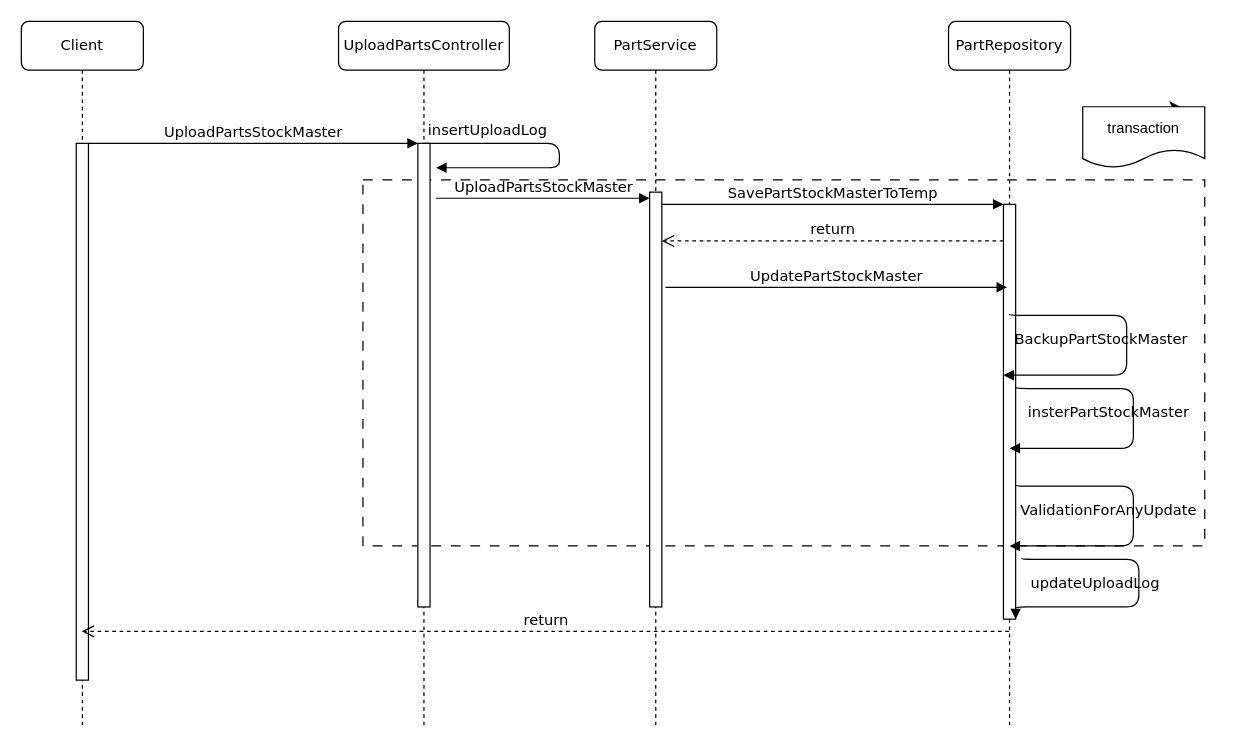
zpjune/Diagrams keeps this draw.io diagram as UDVision.drawio. Above is the earlier version. Source tidied: cells renumbered, new cells numbered last; positions are measured from the earlier drawing's top-left corner, leaving out a move shared by most shapes. Both pictures are drawn from the tidied source at 122%, with x=0, y=0 at pixel (21, 21).
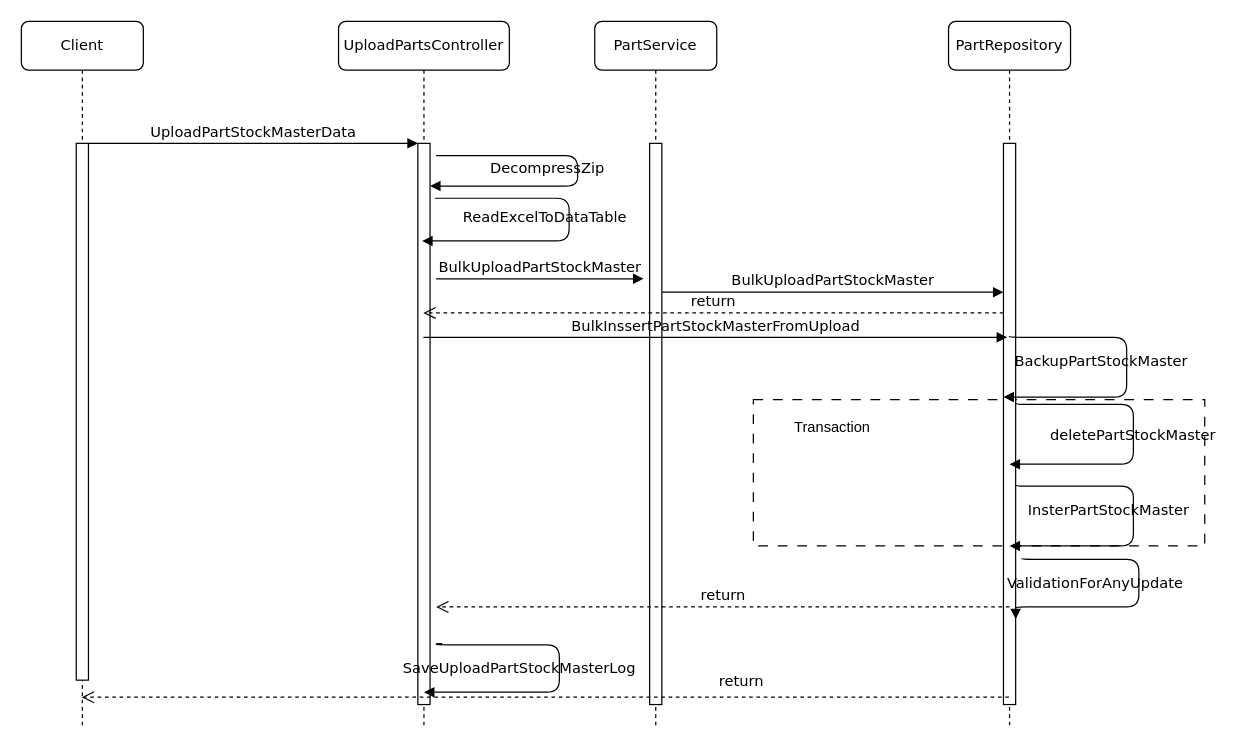
The same page after the edit.

The change refers to these unchanged cells:
```xml
<mxCell id="3" value="UploadPartsController" style="shape=umlLifeline;perimeter=lifelinePerimeter;whiteSpace=wrap;html=1;outlineConnect=0;rounded=1;shadow=0;comic=0;labelBackgroundColor=none;strokeWidth=1;fontFamily=Verdana;fontSize=12;align=center;" parent="1" vertex="1">
  <mxGeometry x="260" width="140" height="580" as="geometry" />
</mxCell>
<mxCell id="6" value="PartService" style="shape=umlLifeline;perimeter=lifelinePerimeter;whiteSpace=wrap;html=1;rounded=1;shadow=0;comic=0;labelBackgroundColor=none;strokeWidth=1;fontFamily=Verdana;fontSize=12;align=center;" parent="1" vertex="1">
  <mxGeometry x="470" width="100" height="580" as="geometry" />
</mxCell>
<mxCell id="8" value="PartRepository" style="shape=umlLifeline;perimeter=lifelinePerimeter;whiteSpace=wrap;html=1;outlineConnect=0;rounded=1;shadow=0;comic=0;labelBackgroundColor=none;strokeWidth=1;fontFamily=Verdana;fontSize=12;align=center;" parent="1" vertex="1">
  <mxGeometry x="760" width="100" height="580" as="geometry" />
</mxCell>
<mxCell id="11" value="Client" style="shape=umlLifeline;perimeter=lifelinePerimeter;whiteSpace=wrap;html=1;outlineConnect=0;rounded=1;shadow=0;comic=0;labelBackgroundColor=none;strokeWidth=1;fontFamily=Verdana;fontSize=12;align=center;" parent="1" vertex="1">
  <mxGeometry width="100" height="580" as="geometry" />
</mxCell>
<mxCell id="12" style="html=1;points=[];perimeter=orthogonalPerimeter;rounded=0;shadow=0;comic=0;labelBackgroundColor=none;strokeWidth=1;fontFamily=Verdana;fontSize=12;align=center;" parent="11" vertex="1">
  <mxGeometry x="45" y="100" width="10" height="440" as="geometry" />
</mxCell>
```

Diff of the diagram source:
```diff
@@
     <mxCell id="2" style="rounded=0;whiteSpace=wrap;html=1;fillColor=none;dashed=1;dashPattern=8 8;" parent="1" vertex="1">
-      <mxGeometry x="280" y="130" width="690" height="300" as="geometry" />
+      <mxGeometry x="600" y="310" width="370" height="120" as="geometry" />
     </mxCell>
@@
     <mxCell id="4" style="html=1;points=[];perimeter=orthogonalPerimeter;rounded=0;shadow=0;comic=0;labelBackgroundColor=none;strokeWidth=1;fontFamily=Verdana;fontSize=12;align=center;" parent="3" vertex="1">
-      <mxGeometry x="65" y="100" width="10" height="380" as="geometry" />
+      <mxGeometry x="65" y="100" width="10" height="460" as="geometry" />
     </mxCell>
-    <mxCell id="5" value="insertUploadLog" style="html=1;verticalAlign=bottom;endArrow=block;labelBackgroundColor=none;fontFamily=Verdana;fontSize=12;edgeStyle=orthogonalEdgeStyle;elbow=vertical;" parent="3" edge="1" source="3">
-      <mxGeometry x="-0.55" y="1" relative="1" as="geometry">
-        <mxPoint x="80" y="120" as="targetPoint" />
-        <Array as="points">
-          <mxPoint x="181" y="100" />
-          <mxPoint x="181" y="120" />
-          <mxPoint x="80" y="120" />
-        </Array>
-      </mxGeometry>
-    </mxCell>
+    <mxCell id="24" value="DecompressZip" style="html=1;verticalAlign=bottom;endArrow=block;labelBackgroundColor=none;fontFamily=Verdana;fontSize=12;edgeStyle=orthogonalEdgeStyle;elbow=vertical;" parent="3" edge="1">
+      <mxGeometry x="0.27" y="-5" relative="1" as="geometry">
+        <mxPoint x="80" y="110" as="sourcePoint" />
+        <mxPoint x="75" y="135" as="targetPoint" />
+        <Array as="points">
+          <mxPoint x="86" y="110" />
+          <mxPoint x="196" y="110" />
+          <mxPoint x="196" y="135" />
+        </Array>
+      </mxGeometry>
+    </mxCell>
@@
     <mxCell id="7" style="html=1;points=[];perimeter=orthogonalPerimeter;rounded=0;shadow=0;comic=0;labelBackgroundColor=none;strokeWidth=1;fontFamily=Verdana;fontSize=12;align=center;" parent="6" vertex="1">
-      <mxGeometry x="45" y="140" width="10" height="340" as="geometry" />
+      <mxGeometry x="45" y="100" width="10" height="460" as="geometry" />
     </mxCell>
@@
     <mxCell id="9" style="html=1;points=[];perimeter=orthogonalPerimeter;rounded=0;shadow=0;comic=0;labelBackgroundColor=none;strokeWidth=1;fontFamily=Verdana;fontSize=12;align=center;" parent="8" vertex="1">
-      <mxGeometry x="45" y="150" width="10" height="340" as="geometry" />
+      <mxGeometry x="45" y="100" width="10" height="460" as="geometry" />
     </mxCell>
     <mxCell id="10" value="BackupPartStockMaster&lt;br&gt;" style="html=1;verticalAlign=bottom;endArrow=block;labelBackgroundColor=none;fontFamily=Verdana;fontSize=12;edgeStyle=orthogonalEdgeStyle;elbow=vertical;" parent="8" edge="1">
       <mxGeometry x="0.35" y="-20" relative="1" as="geometry">
-        <mxPoint x="50" y="240" as="sourcePoint" />
-        <mxPoint x="45" y="290" as="targetPoint" />
+        <mxPoint x="50" y="258" as="sourcePoint" />
+        <mxPoint x="45" y="308" as="targetPoint" />
         <Array as="points">
-          <mxPoint x="50" y="241" />
-          <mxPoint x="146" y="241" />
-          <mxPoint x="146" y="290" />
+          <mxPoint x="50" y="259" />
+          <mxPoint x="146" y="259" />
+          <mxPoint x="146" y="308" />
         </Array>
       </mxGeometry>
     </mxCell>
@@
-    <mxCell id="13" value="UploadPartsStockMaster" style="html=1;verticalAlign=bottom;endArrow=block;labelBackgroundColor=none;fontFamily=Verdana;fontSize=12;edgeStyle=elbowEdgeStyle;elbow=vertical;" parent="1" edge="1">
-      <mxGeometry relative="1" as="geometry">
-        <mxPoint x="340" y="145" as="sourcePoint" />
-        <mxPoint x="515" y="145" as="targetPoint" />
+    <mxCell id="13" value="ReadExcelToDataTable" style="html=1;verticalAlign=bottom;endArrow=block;labelBackgroundColor=none;fontFamily=Verdana;fontSize=12;edgeStyle=orthogonalEdgeStyle;elbow=vertical;" parent="1" edge="1">
+      <mxGeometry x="0.24" y="-10" relative="1" as="geometry">
+        <mxPoint x="339" y="145" as="sourcePoint" />
+        <mxPoint x="328.5" y="180" as="targetPoint" />
         <Array as="points">
-          <mxPoint x="340" y="145" />
+          <mxPoint x="449" y="145" />
+          <mxPoint x="449" y="180" />
         </Array>
       </mxGeometry>
     </mxCell>
-    <mxCell id="14" value="SavePartStockMasterToTemp" style="html=1;verticalAlign=bottom;endArrow=block;entryX=0;entryY=0;labelBackgroundColor=none;fontFamily=Verdana;fontSize=12;edgeStyle=elbowEdgeStyle;elbow=vertical;" parent="1" edge="1" source="7" target="9">
-      <mxGeometry relative="1" as="geometry" />
+    <mxCell id="14" value="BulkUploadPartStockMaster" style="html=1;verticalAlign=bottom;endArrow=block;entryX=0;entryY=0;labelBackgroundColor=none;fontFamily=Verdana;fontSize=12;edgeStyle=elbowEdgeStyle;elbow=vertical;" parent="1" edge="1">
+      <mxGeometry relative="1" as="geometry">
+        <mxPoint x="525" y="222" as="sourcePoint" />
+        <mxPoint x="805" y="222" as="targetPoint" />
+      </mxGeometry>
     </mxCell>
-    <mxCell id="15" value="return" style="html=1;verticalAlign=bottom;endArrow=open;dashed=1;endSize=8;labelBackgroundColor=none;fontFamily=Verdana;fontSize=12;edgeStyle=elbowEdgeStyle;elbow=vertical;" parent="1" edge="1" source="9" target="7">
+    <mxCell id="15" value="return" style="html=1;verticalAlign=bottom;endArrow=open;dashed=1;endSize=8;labelBackgroundColor=none;fontFamily=Verdana;fontSize=12;edgeStyle=elbowEdgeStyle;elbow=vertical;" parent="1" edge="1" target="3">
       <mxGeometry relative="1" as="geometry">
+        <mxPoint x="805" y="239" as="sourcePoint" />
         <Array as="points">
-          <mxPoint x="570" y="180" />
-          <mxPoint x="600" y="180" />
+          <mxPoint x="570" y="239" />
+          <mxPoint x="600" y="239" />
         </Array>
       </mxGeometry>
     </mxCell>
-    <mxCell id="16" value="UploadPartsStockMaster" style="html=1;verticalAlign=bottom;endArrow=block;entryX=0;entryY=0;labelBackgroundColor=none;fontFamily=Verdana;fontSize=12;edgeStyle=elbowEdgeStyle;elbow=vertical;" parent="1" edge="1" source="12" target="4">
+    <mxCell id="16" value="UploadPartStockMasterData" style="html=1;verticalAlign=bottom;endArrow=block;entryX=0;entryY=0;labelBackgroundColor=none;fontFamily=Verdana;fontSize=12;edgeStyle=elbowEdgeStyle;elbow=vertical;" parent="1" edge="1" source="12" target="4">
       <mxGeometry relative="1" as="geometry" />
     </mxCell>
-    <mxCell id="17" value="UpdatePartStockMaster" style="html=1;verticalAlign=bottom;endArrow=block;entryX=0;entryY=0;labelBackgroundColor=none;fontFamily=Verdana;fontSize=12;edgeStyle=elbowEdgeStyle;elbow=vertical;" parent="1" edge="1">
+    <mxCell id="17" value="BulkInssertPartStockMasterFromUpload" style="html=1;verticalAlign=bottom;endArrow=block;entryX=0;entryY=0;labelBackgroundColor=none;fontFamily=Verdana;fontSize=12;edgeStyle=elbowEdgeStyle;elbow=vertical;" parent="1" edge="1" source="3">
       <mxGeometry relative="1" as="geometry">
-        <mxPoint x="528" y="218" as="sourcePoint" />
-        <mxPoint x="808" y="218" as="targetPoint" />
+        <mxPoint x="808" y="259" as="targetPoint" />
       </mxGeometry>
     </mxCell>
-    <mxCell id="18" value="insterPartStockMaster" style="html=1;verticalAlign=bottom;endArrow=block;labelBackgroundColor=none;fontFamily=Verdana;fontSize=12;edgeStyle=orthogonalEdgeStyle;elbow=vertical;" parent="1" edge="1">
-      <mxGeometry x="0.35" y="-20" relative="1" as="geometry">
-        <mxPoint x="815.5" y="300" as="sourcePoint" />
-        <mxPoint x="810" y="350" as="targetPoint" />
+    <mxCell id="18" value="deletePartStockMaster" style="html=1;verticalAlign=bottom;endArrow=block;labelBackgroundColor=none;fontFamily=Verdana;fontSize=12;edgeStyle=orthogonalEdgeStyle;elbow=vertical;" parent="1" edge="1">
+      <mxGeometry x="0.07" y="-1" relative="1" as="geometry">
+        <mxPoint x="815.5" y="313" as="sourcePoint" />
+        <mxPoint x="810" y="363" as="targetPoint" />
         <Array as="points">
-          <mxPoint x="815.5" y="301" />
-          <mxPoint x="911.5" y="301" />
-          <mxPoint x="911.5" y="350" />
+          <mxPoint x="815.5" y="314" />
+          <mxPoint x="911.5" y="314" />
+          <mxPoint x="911.5" y="363" />
         </Array>
       </mxGeometry>
     </mxCell>
-    <mxCell id="19" value="ValidationForAnyUpdate" style="html=1;verticalAlign=bottom;endArrow=block;labelBackgroundColor=none;fontFamily=Verdana;fontSize=12;edgeStyle=orthogonalEdgeStyle;elbow=vertical;" parent="1" edge="1">
+    <mxCell id="19" value="InsterPartStockMaster" style="html=1;verticalAlign=bottom;endArrow=block;labelBackgroundColor=none;fontFamily=Verdana;fontSize=12;edgeStyle=orthogonalEdgeStyle;elbow=vertical;" parent="1" edge="1">
       <mxGeometry x="0.35" y="-20" relative="1" as="geometry">
         <mxPoint x="815.5" y="380" as="sourcePoint" />
         <mxPoint x="810" y="430" as="targetPoint" />
         <Array as="points">
           <mxPoint x="815.5" y="381" />
           <mxPoint x="911.5" y="381" />
           <mxPoint x="911.5" y="430" />
         </Array>
       </mxGeometry>
     </mxCell>
-    <mxCell id="20" value="updateUploadLog" style="html=1;verticalAlign=bottom;endArrow=block;labelBackgroundColor=none;fontFamily=Verdana;fontSize=12;edgeStyle=orthogonalEdgeStyle;elbow=vertical;" parent="1" edge="1">
+    <mxCell id="20" value="ValidationForAnyUpdate" style="html=1;verticalAlign=bottom;endArrow=block;labelBackgroundColor=none;fontFamily=Verdana;fontSize=12;edgeStyle=orthogonalEdgeStyle;elbow=vertical;" parent="1" edge="1">
       <mxGeometry x="0.39" y="-10" relative="1" as="geometry">
         <mxPoint x="820" y="440" as="sourcePoint" />
         <mxPoint x="815" y="490" as="targetPoint" />
         <Array as="points">
           <mxPoint x="820" y="441" />
           <mxPoint x="916" y="441" />
           <mxPoint x="916" y="480" />
           <mxPoint x="815" y="480" />
         </Array>
       </mxGeometry>
     </mxCell>
-    <mxCell id="21" style="edgeStyle=orthogonalEdgeStyle;rounded=0;jettySize=auto;html=1;exitX=0.75;exitY=0;exitDx=0;exitDy=0;fontFamily=Helvetica;fontSize=12;fontColor=default;" parent="1" edge="1" source="22">
-      <mxGeometry relative="1" as="geometry">
-        <mxPoint x="950" y="70" as="targetPoint" />
-      </mxGeometry>
-    </mxCell>
-    <mxCell id="22" value="transaction" style="shape=document;whiteSpace=wrap;html=1;boundedLbl=1;rounded=0;strokeColor=default;fontFamily=Helvetica;fontSize=12;fontColor=default;fillColor=default;" parent="1" vertex="1">
-      <mxGeometry x="870" y="70" width="100" height="50" as="geometry" />
-    </mxCell>
-    <mxCell id="23" value="return" style="html=1;verticalAlign=bottom;endArrow=open;dashed=1;endSize=8;labelBackgroundColor=none;fontFamily=Verdana;fontSize=12;edgeStyle=elbowEdgeStyle;elbow=vertical;" parent="1" edge="1" source="8" target="11">
-      <mxGeometry relative="1" as="geometry">
+    <mxCell id="23" value="return" style="html=1;verticalAlign=bottom;endArrow=open;dashed=1;endSize=8;labelBackgroundColor=none;fontFamily=Verdana;fontSize=12;edgeStyle=elbowEdgeStyle;elbow=vertical;" parent="1" edge="1">
+      <mxGeometry x="-0.42" y="-4" relative="1" as="geometry">
+        <mxPoint x="809.5" y="554" as="sourcePoint" />
+        <mxPoint x="49.5" y="554" as="targetPoint" />
         <Array as="points">
-          <mxPoint x="490.5" y="500" />
+          <mxPoint x="490.5" y="554" />
         </Array>
       </mxGeometry>
     </mxCell>
+    <mxCell id="25" value="BulkUploadPartStockMaster" style="html=1;verticalAlign=bottom;endArrow=block;labelBackgroundColor=none;fontFamily=Verdana;fontSize=12;edgeStyle=elbowEdgeStyle;elbow=vertical;" parent="1" edge="1">
+      <mxGeometry relative="1" as="geometry">
+        <mxPoint x="340" y="211" as="sourcePoint" />
+        <mxPoint x="510" y="211" as="targetPoint" />
+      </mxGeometry>
+    </mxCell>
+    <mxCell id="26" value="SaveUploadPartStockMasterLog" style="html=1;verticalAlign=bottom;endArrow=block;labelBackgroundColor=none;fontFamily=Verdana;fontSize=12;edgeStyle=orthogonalEdgeStyle;elbow=vertical;entryX=0.5;entryY=0.978;entryDx=0;entryDy=0;entryPerimeter=0;" parent="1" edge="1" target="4">
+      <mxGeometry x="0.39" y="-10" relative="1" as="geometry">
+        <mxPoint x="345" y="510" as="sourcePoint" />
+        <Array as="points">
+          <mxPoint x="340" y="510" />
+          <mxPoint x="340" y="511" />
+          <mxPoint x="441" y="511" />
+          <mxPoint x="441" y="550" />
+        </Array>
+      </mxGeometry>
+    </mxCell>
+    <mxCell id="27" value="Transaction" style="rounded=0;whiteSpace=wrap;html=1;strokeColor=none;" parent="1" vertex="1">
+      <mxGeometry x="610" y="315" width="110" height="35" as="geometry" />
+    </mxCell>
+    <mxCell id="28" value="return" style="html=1;verticalAlign=bottom;endArrow=open;dashed=1;endSize=8;labelBackgroundColor=none;fontFamily=Verdana;fontSize=12;edgeStyle=elbowEdgeStyle;elbow=vertical;" parent="1" edge="1">
+      <mxGeometry relative="1" as="geometry">
+        <mxPoint x="810" y="480" as="sourcePoint" />
+        <mxPoint x="340" y="480" as="targetPoint" />
+        <Array as="points">
+          <mxPoint x="491" y="480" />
+        </Array>
+      </mxGeometry>
+    </mxCell>
```
